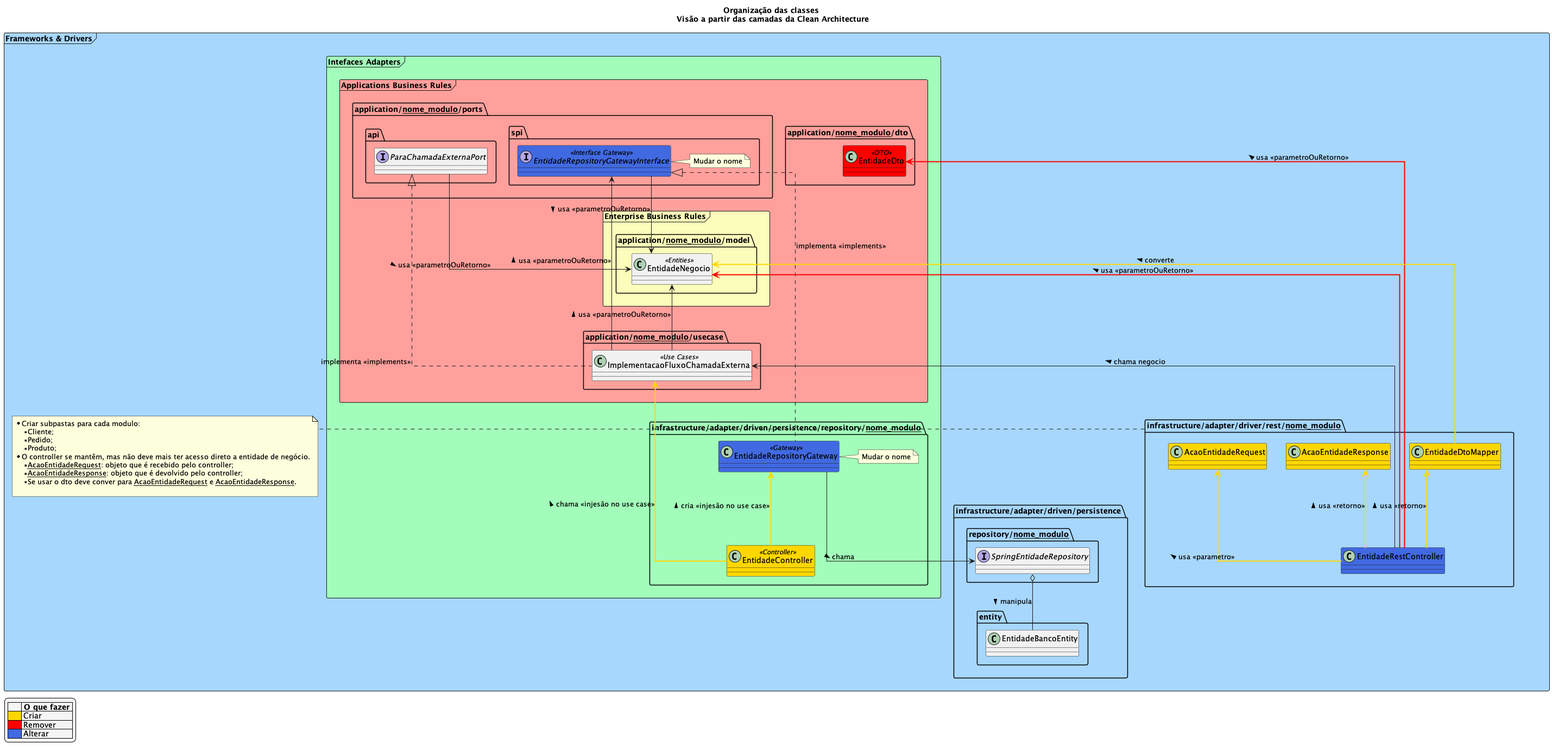
The PlantUML diagram imgs/Diagrams/Architecture/ApplicationArchitectureChangeCleanArchitecture.png in 4SOAT-G48/TechChallengeDocs, before a commit.
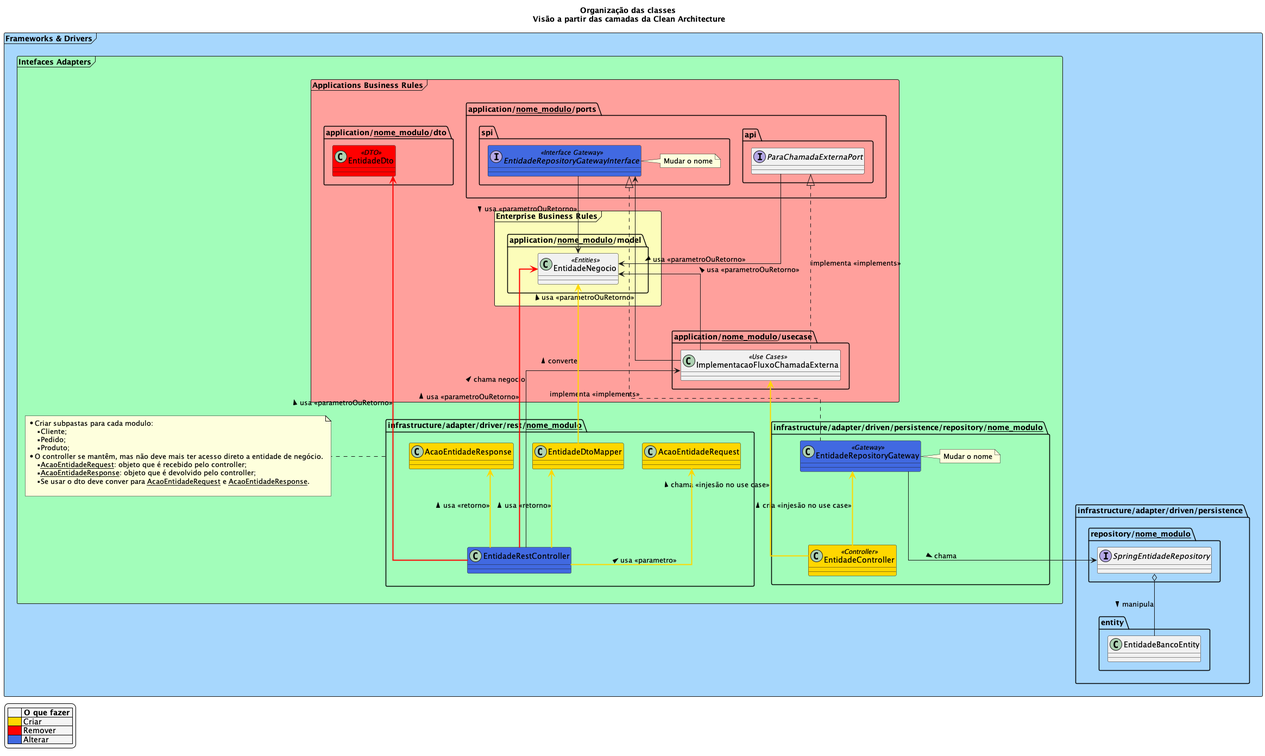
Above is the later version.

Commit message:
Diagramas clean architecture

The edit, as a diff of the source:
```diff
@@ -87,34 +87,34 @@
             EntidadeController  -up[#gold,thickness=2]--> ImplementacaoFluxoChamadaExterna : chama <<injesão no use case>> >
         }
 
+        package "infrastructure/adapter/driver/rest/__nome_modulo__" as restPkg{
+            class EntidadeRestController #RoyalBlue
+            class AcaoEntidadeRequest #gold
+            class AcaoEntidadeResponse #gold
+            class EntidadeDtoMapper #gold
 
+            EntidadeRestController  -up--> ImplementacaoFluxoChamadaExterna : chama negocio >
+            EntidadeRestController  -up[#red,thickness=2]-> EntidadeNegocio : usa <<parametroOuRetorno>> >
+            EntidadeRestController  -up[#red,thickness=2]-> EntidadeDto : usa <<parametroOuRetorno>> >
+            EntidadeRestController  -up[#gold,thickness=2]-> AcaoEntidadeRequest : usa <<parametro>> >
+            EntidadeRestController  -up[#gold,thickness=2]-> AcaoEntidadeResponse : usa <<retorno>> >
+            EntidadeRestController  -up[#gold,thickness=2]-> EntidadeDtoMapper : usa <<retorno>> >
+
+            EntidadeDtoMapper -up[#gold,thickness=2]--> EntidadeNegocio : converte >
+        }
+        note right of restPkg
+            * Criar subpastas para cada modulo:
+            ** Cliente;
+            ** Pedido;
+            ** Produto;
+            * O controller se mantêm, mas não deve mais ter acesso direto a entidade de negócio.
+            ** __AcaoEntidadeRequest__: objeto que é recebido pelo controller;
+            ** __AcaoEntidadeResponse__: objeto que é devolvido pelo controller;
+            **  Se usar o dto deve conver para __AcaoEntidadeRequest__ e __AcaoEntidadeResponse__.
+
+        end note
     }
-    package "infrastructure/adapter/driver/rest/__nome_modulo__" as restPkg{
-        class EntidadeRestController #RoyalBlue
-        class AcaoEntidadeRequest #gold
-        class AcaoEntidadeResponse #gold
-        class EntidadeDtoMapper #gold
 
-        EntidadeRestController  -up--> ImplementacaoFluxoChamadaExterna : chama negocio >
-        EntidadeRestController  -up[#red,thickness=2]-> EntidadeNegocio : usa <<parametroOuRetorno>> >
-        EntidadeRestController  -up[#red,thickness=2]-> EntidadeDto : usa <<parametroOuRetorno>> >
-        EntidadeRestController  -up[#gold,thickness=2]-> AcaoEntidadeRequest : usa <<parametro>> >
-        EntidadeRestController  -up[#gold,thickness=2]-> AcaoEntidadeResponse : usa <<retorno>> >
-        EntidadeRestController  -up[#gold,thickness=2]-> EntidadeDtoMapper : usa <<retorno>> >
-
-        EntidadeDtoMapper -up[#gold,thickness=2]--> EntidadeNegocio : converte >
-    }
-    note right of restPkg
-        * Criar subpastas para cada modulo:
-        ** Cliente;
-        ** Pedido;
-        ** Produto;
-        * O controller se mantêm, mas não deve mais ter acesso direto a entidade de negócio.
-        ** __AcaoEntidadeRequest__: objeto que é recebido pelo controller;
-        ** __AcaoEntidadeResponse__: objeto que é devolvido pelo controller;
-        **  Se usar o dto deve conver para __AcaoEntidadeRequest__ e __AcaoEntidadeResponse__.
-
-    end note
 
 }
 skinparam legendBackgroundColor #WhiteSmoke
```
